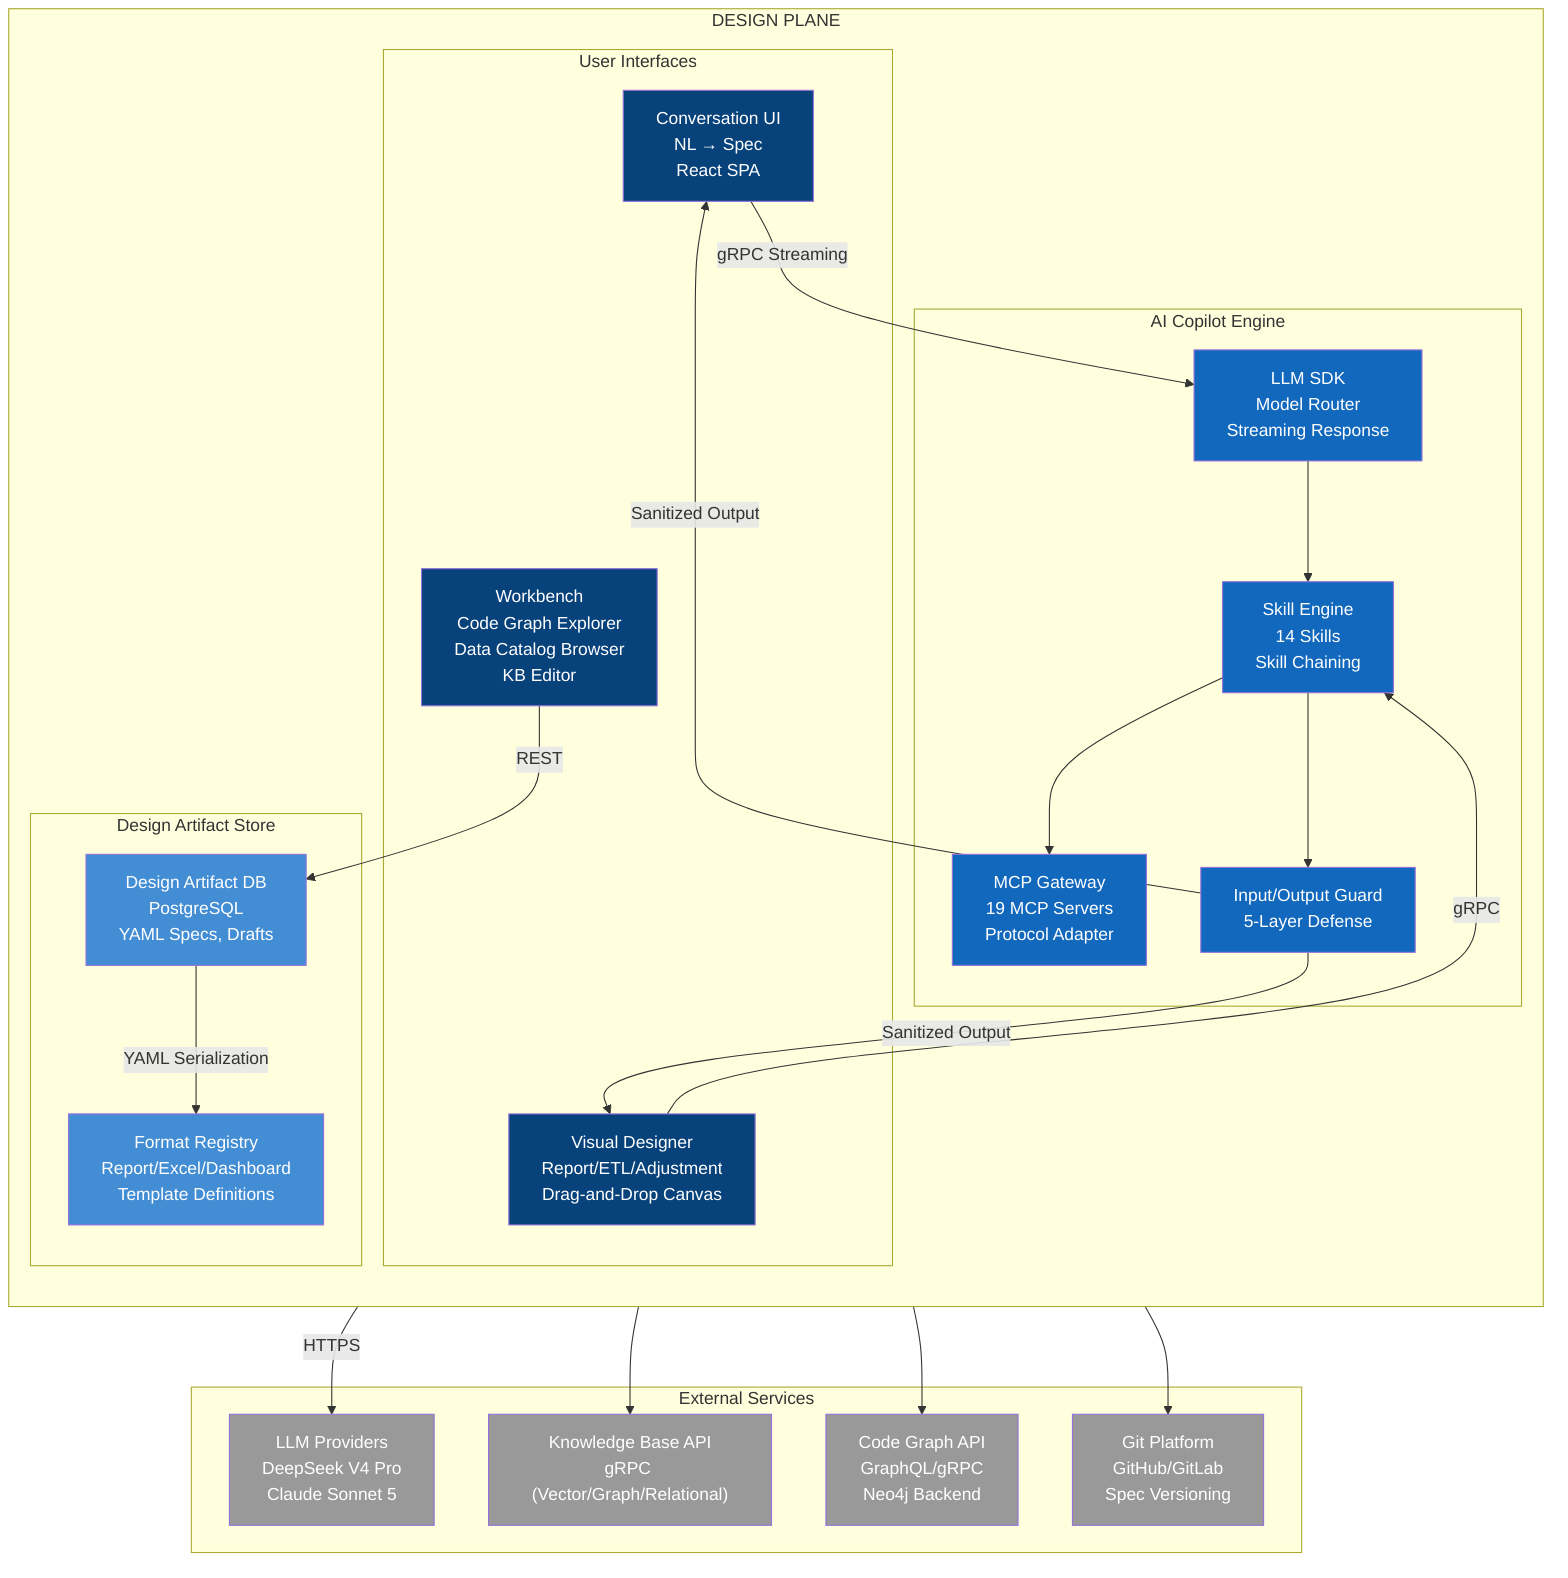
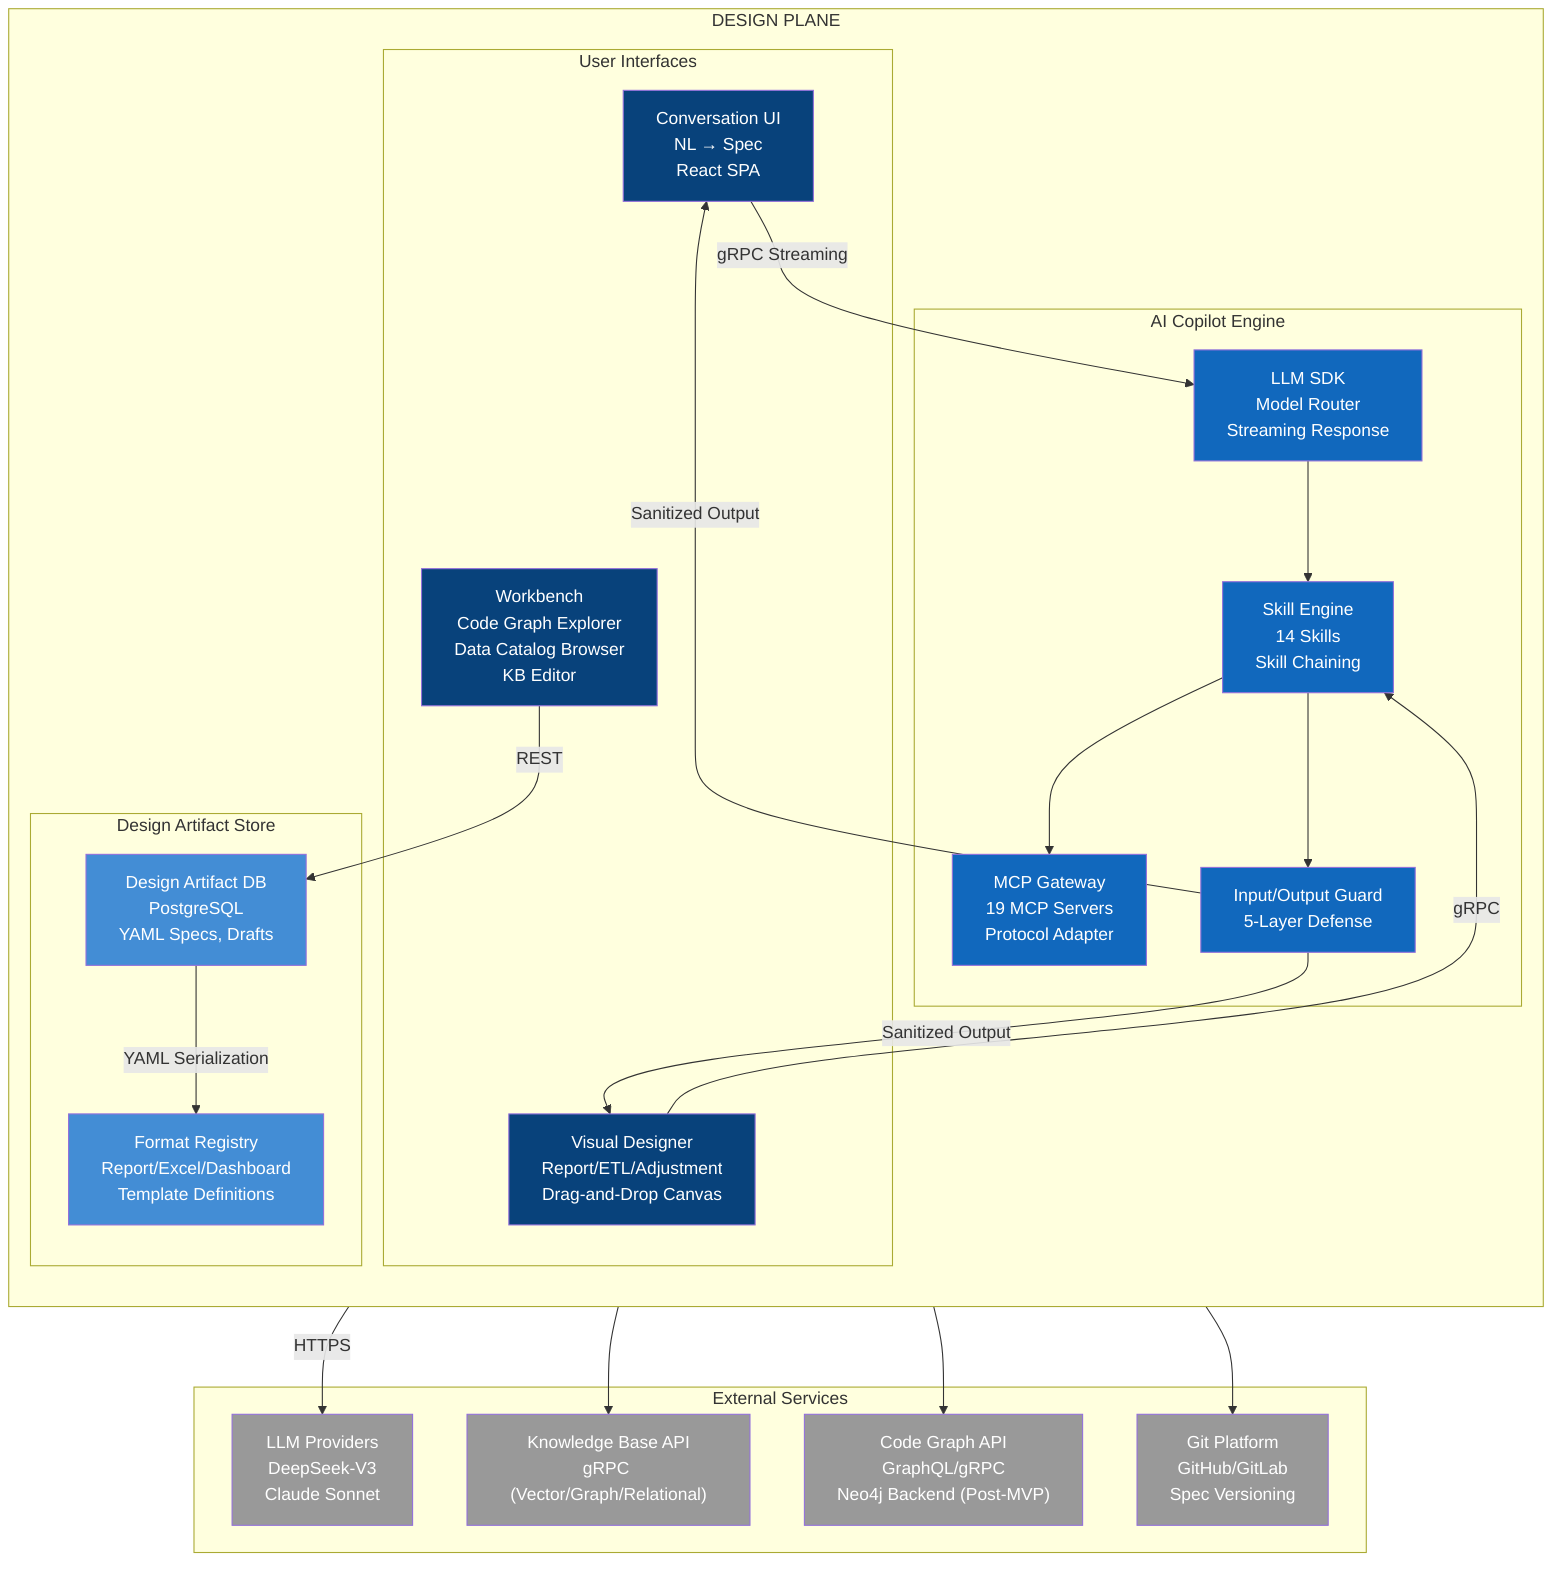
graph TB
%% C4 Component Diagram — llm-reporting Design Plane Detail
%% See docs/architecture/c4-model.md (§15) for System Context and Container levels
    subgraph DP["DESIGN PLANE"]
        direction TB

        subgraph UI["User Interfaces"]
            Conv["Conversation UI<br/>NL → Spec<br/>React SPA"]
            Vis["Visual Designer<br/>Report/ETL/Adjustment<br/>Drag-and-Drop Canvas"]
            WB["Workbench<br/>Code Graph Explorer<br/>Data Catalog Browser<br/>KB Editor"]
        end

        subgraph Core["AI Copilot Engine"]
            SDK["LLM SDK<br/>Model Router<br/>Streaming Response"]
            Skill["Skill Engine<br/>14 Skills<br/>Skill Chaining"]
            MCP["MCP Gateway<br/>19 MCP Servers<br/>Protocol Adapter"]
            Guard["Input/Output Guard<br/>5-Layer Defense"]
        end

        subgraph Store["Design Artifact Store"]
            Artifact["Design Artifact DB<br/>PostgreSQL<br/>YAML Specs, Drafts"]
            Format["Format Registry<br/>Report/Excel/Dashboard<br/>Template Definitions"]
        end
    end

    subgraph External["External Services"]
-         LLM["LLM Providers<br/>DeepSeek V4 Pro<br/>Claude Sonnet 5"]
+         LLM["LLM Providers<br/>DeepSeek-V3<br/>Claude Sonnet"]
        KB["Knowledge Base API<br/>gRPC (Vector/Graph/Relational)"]
-         CG["Code Graph API<br/>GraphQL/gRPC<br/>Neo4j Backend"]
+         CG["Code Graph API<br/>GraphQL/gRPC<br/>Neo4j Backend (Post-MVP)"]
        Git["Git Platform<br/>GitHub/GitLab<br/>Spec Versioning"]
    end

    Conv -->|"gRPC Streaming"| SDK
    Vis -->|"gRPC"| Skill
    WB -->|"REST"| Artifact

    SDK -->|"HTTPS"| LLM
    SDK --> Skill
    Skill --> MCP
    Skill --> Guard
    MCP --> KB
    MCP --> CG
    MCP --> Git

    Artifact -->|"YAML Serialization"| Format
    Guard -->|"Sanitized Output"| Conv
    Guard -->|"Sanitized Output"| Vis

    classDef ui fill:#08427b,color:#fff
    classDef core fill:#1168bd,color:#fff
    classDef store fill:#438dd5,color:#fff
    classDef external fill:#999,color:#fff

    class Conv,Vis,WB ui
    class SDK,Skill,MCP,Guard core
    class Artifact,Format store
    class LLM,KB,CG,Git external
